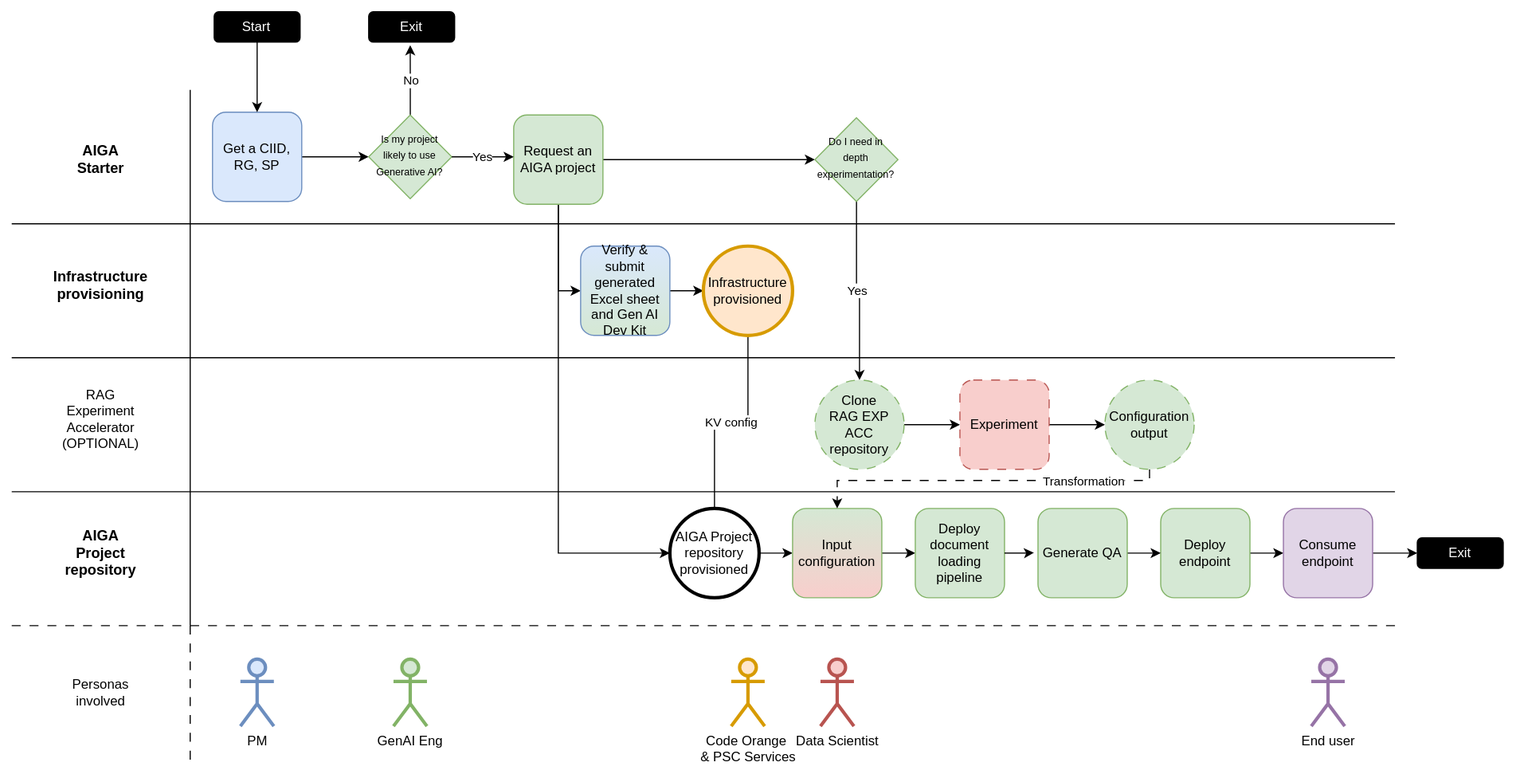
Above: docs/assets/user-flow-final.drawio.svg in crew-sherlock/Experiment1 (draw.io), before the change. Source tidied: cells renumbered, new cells last; positions are measured from the earlier drawing's top-left corner, leaving out a move shared by most shapes.
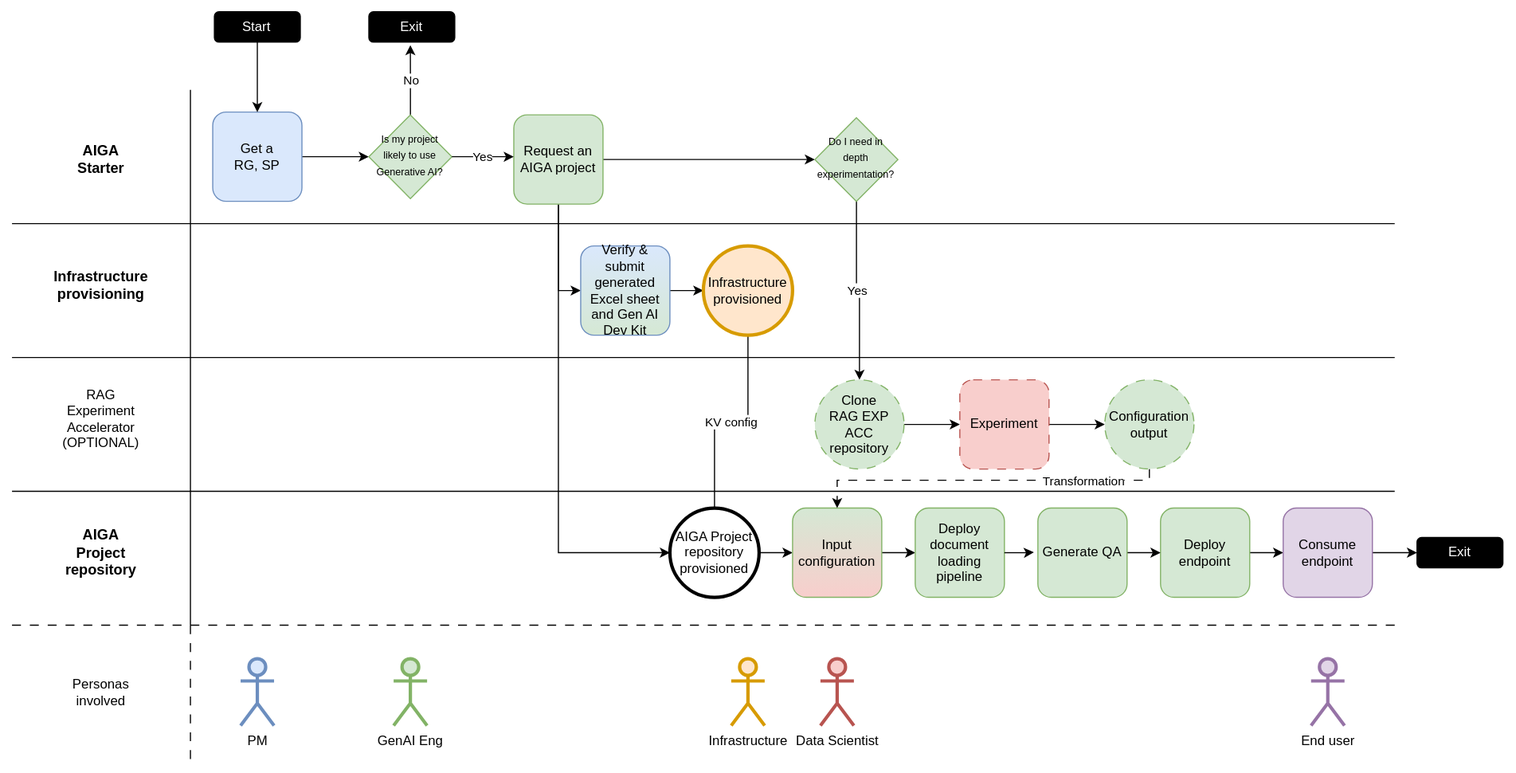
Later version of the same file.

The edit, as a diff of the source:
```diff
@@ -49,7 +49,7 @@
         <mxPoint x="320" y="130" as="targetPoint" />
       </mxGeometry>
     </mxCell>
-    <mxCell id="12" value="Get a CIID,&lt;div&gt;RG, SP&lt;/div&gt;" style="rounded=1;whiteSpace=wrap;html=1;fillColor=#dae8fc;strokeColor=#6c8ebf;" parent="1" vertex="1">
+    <mxCell id="12" value="Get a&lt;div&gt;RG, SP&lt;/div&gt;" style="rounded=1;whiteSpace=wrap;html=1;fillColor=#dae8fc;strokeColor=#6c8ebf;" parent="1" vertex="1">
       <mxGeometry x="180" y="90" width="80" height="80" as="geometry" />
     </mxCell>
     <mxCell id="13" value="No" style="edgeStyle=orthogonalEdgeStyle;rounded=0;jettySize=auto;html=1;" parent="1" edge="1" source="14">
@@ -121,7 +121,7 @@
     <mxCell id="30" value="Infrastructure provisioned" style="ellipse;whiteSpace=wrap;html=1;fillColor=#ffe6cc;strokeColor=#d79b00;strokeWidth=3;" parent="1" vertex="1">
       <mxGeometry x="620" y="210" width="80" height="80" as="geometry" />
     </mxCell>
-    <mxCell id="31" value="Code Orange&amp;nbsp;&lt;div&gt;&amp;amp; PSC Services&lt;/div&gt;" style="shape=umlActor;verticalLabelPosition=bottom;verticalAlign=top;html=1;strokeWidth=3;fillColor=#ffe6cc;strokeColor=#d79b00;" parent="1" vertex="1">
+    <mxCell id="31" value="Infrastructure" style="shape=umlActor;verticalLabelPosition=bottom;verticalAlign=top;html=1;strokeWidth=3;fillColor=#ffe6cc;strokeColor=#d79b00;" parent="1" vertex="1">
       <mxGeometry x="645" y="580" width="30" height="60" as="geometry" />
     </mxCell>
     <mxCell id="32" value="Yes" style="edgeStyle=orthogonalEdgeStyle;rounded=0;jettySize=auto;html=1;entryX=0.5;entryY=0;entryDx=0;entryDy=0;" parent="1" edge="1" source="33" target="25">
```
